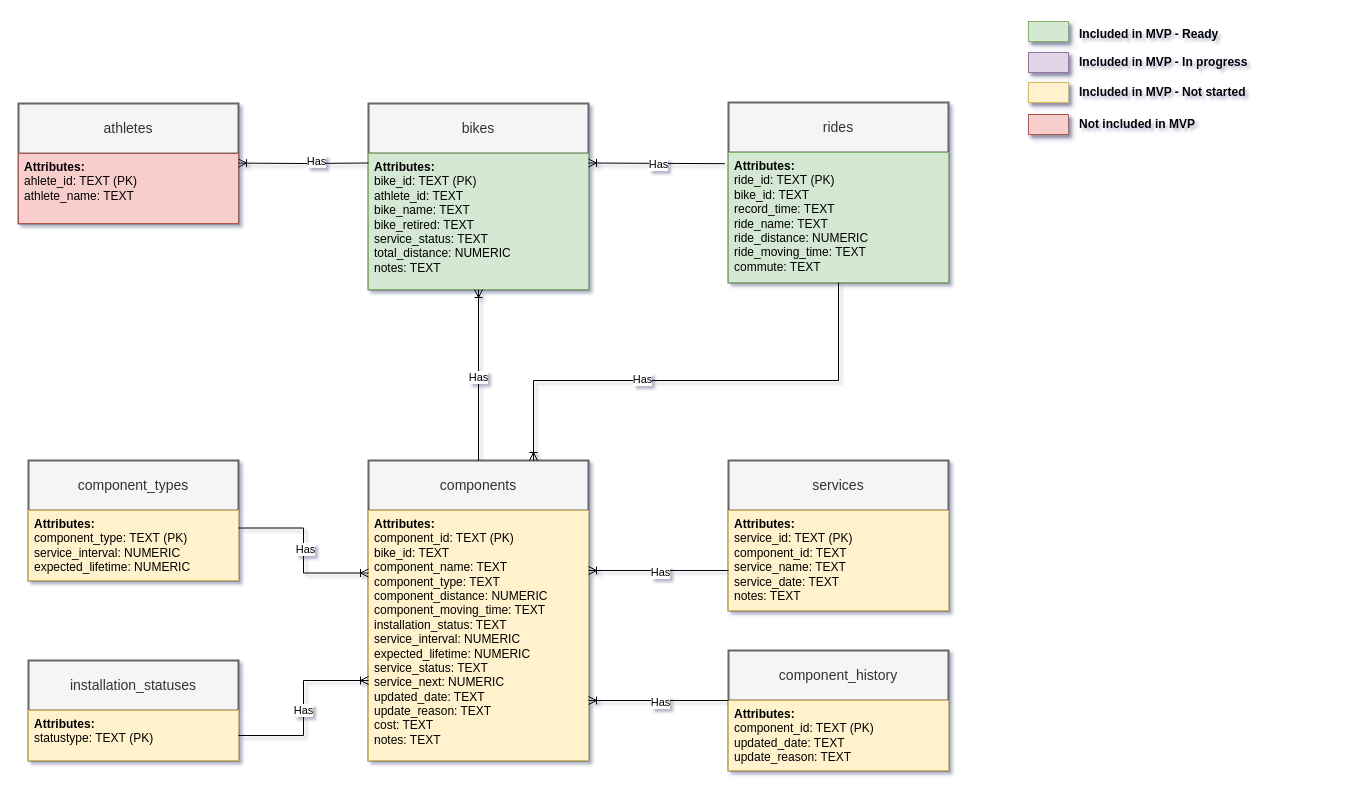
The draw.io diagram page "ER diagram" (3 of 5) of docs/all_diagrams.drawio in xivind/velo-supervisor-2000, before the edit. Source tidied: cells renumbered, new cells numbered last; positions are measured from the earlier drawing's top-left corner, leaving out a move shared by most shapes. Both pictures are drawn from the tidied source at 100%, with x=0, y=0 at pixel (18, 19).
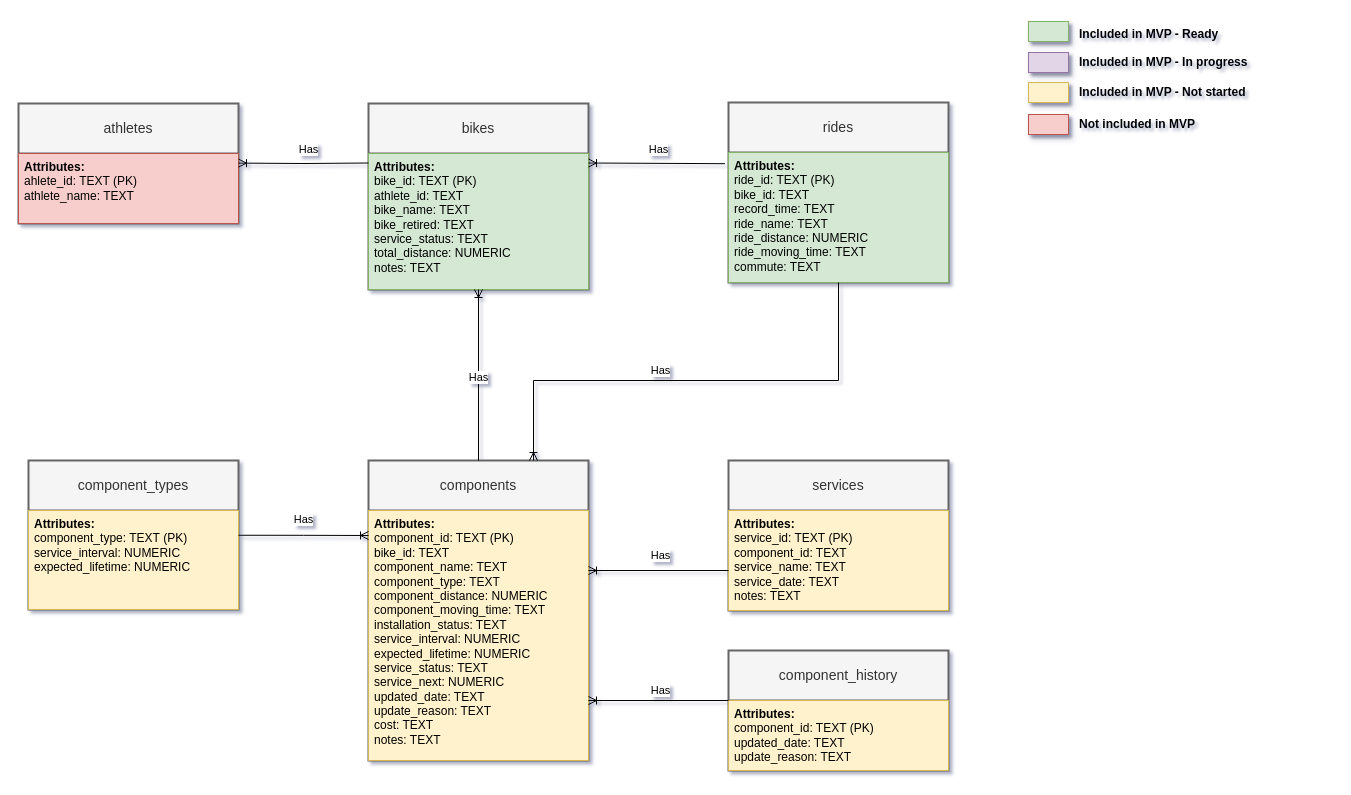
The same diagram, later.

Commit message:
Removed osbolete class

Unchanged cells that the change refers to:
```xml
<mxCell id="8" value="components" style="swimlane;horizontal=1;startSize=50;rounded=0;fontSize=14;fontStyle=0;strokeWidth=2;shadow=0;dashed=0;align=center;arcSize=0;whiteSpace=wrap;html=1;fillColor=#f5f5f5;strokeColor=#666666;fontColor=#333333;" parent="1" vertex="1">
  <mxGeometry x="350" y="441" width="220" height="300" as="geometry" />
</mxCell>
<mxCell id="9" value="&lt;div&gt;&lt;span style=&quot;background-color: initial;&quot;&gt;&lt;b&gt;Attributes:&lt;/b&gt;&lt;/span&gt;&lt;/div&gt;&lt;div&gt;&lt;span style=&quot;background-color: initial;&quot;&gt;component_id&lt;/span&gt;&lt;span style=&quot;background-color: initial;&quot;&gt;: TEXT&lt;/span&gt;&lt;span style=&quot;background-color: initial;&quot;&gt;&amp;nbsp;(PK)&lt;/span&gt;&lt;/div&gt;&lt;div&gt;bike_id&lt;span style=&quot;background-color: initial;&quot;&gt;: TEXT&lt;/span&gt;&lt;/div&gt;component_name: TEXT&lt;div&gt;component_type&lt;span style=&quot;background-color: initial;&quot;&gt;: TEXT&lt;/span&gt;&lt;/div&gt;&lt;div&gt;component_distance&lt;span style=&quot;background-color: initial;&quot;&gt;: NUMERIC&lt;/span&gt;&lt;br&gt;&lt;/div&gt;&lt;div&gt;component_moving_time&lt;span style=&quot;background-color: initial;&quot;&gt;: TEXT&lt;/span&gt;&lt;br&gt;&lt;/div&gt;&lt;div&gt;installation_status&lt;span style=&quot;background-color: initial;&quot;&gt;: TEXT&lt;/span&gt;&lt;/div&gt;&lt;div&gt;service_interval&lt;span style=&quot;background-color: initial;&quot;&gt;: NUMERIC&lt;/span&gt;&lt;/div&gt;&lt;div&gt;expected_lifetime&lt;span style=&quot;background-color: initial;&quot;&gt;: NUMERIC&lt;/span&gt;&lt;/div&gt;&lt;div&gt;service_status&lt;span style=&quot;background-color: initial;&quot;&gt;: TEXT&lt;/span&gt;&lt;/div&gt;&lt;div&gt;service_next&lt;span style=&quot;background-color: initial;&quot;&gt;: NUMERIC&lt;/span&gt;&lt;/div&gt;&lt;div&gt;&lt;span style=&quot;background-color: initial;&quot;&gt;updated_d&lt;/span&gt;&lt;span style=&quot;background-color: initial;&quot;&gt;ate&lt;/span&gt;&lt;span style=&quot;background-color: initial;&quot;&gt;: TEXT&lt;/span&gt;&lt;br&gt;&lt;/div&gt;&lt;div&gt;update_reason&lt;span style=&quot;background-color: initial;&quot;&gt;: TEXT&lt;/span&gt;&lt;/div&gt;&lt;div&gt;cost&lt;span style=&quot;background-color: initial;&quot;&gt;: TEXT&lt;/span&gt;&lt;/div&gt;&lt;div&gt;notes&lt;span style=&quot;background-color: initial;&quot;&gt;: TEXT&lt;/span&gt;&lt;/div&gt;" style="align=left;spacingLeft=4;fontSize=12;verticalAlign=top;html=1;rounded=0;fillColor=#fff2cc;strokeColor=#d6b656;" parent="8" vertex="1">
  <mxGeometry y="50" width="220" height="250" as="geometry" />
</mxCell>
<mxCell id="12" style="fontSize=12;html=1;endArrow=ERoneToMany;rounded=0;exitX=0.5;exitY=1;exitDx=0;exitDy=0;edgeStyle=orthogonalEdgeStyle;entryX=0.75;entryY=0;entryDx=0;entryDy=0;" parent="1" edge="1" source="5" target="8">
  <mxGeometry relative="1" as="geometry">
    <Array as="points">
      <mxPoint x="820" y="361" />
      <mxPoint x="515" y="361" />
    </Array>
  </mxGeometry>
</mxCell>
<mxCell id="14" style="fontSize=12;html=1;endArrow=ERoneToMany;rounded=0;entryX=1;entryY=0.25;entryDx=0;entryDy=0;edgeStyle=orthogonalEdgeStyle;exitX=0;exitY=0.176;exitDx=0;exitDy=0;exitPerimeter=0;" parent="1" edge="1">
  <mxGeometry relative="1" as="geometry">
    <mxPoint x="350" y="143.5" as="sourcePoint" />
    <mxPoint x="220" y="143.6" as="targetPoint" />
  </mxGeometry>
</mxCell>
<mxCell id="18" style="fontSize=12;html=1;endArrow=ERoneToMany;rounded=0;entryX=1;entryY=0.25;entryDx=0;entryDy=0;exitX=0;exitY=0.25;exitDx=0;exitDy=0;" parent="1" edge="1">
  <mxGeometry relative="1" as="geometry">
    <mxPoint x="710" y="551" as="sourcePoint" />
    <mxPoint x="570" y="551" as="targetPoint" />
  </mxGeometry>
</mxCell>
<mxCell id="20" style="fontSize=12;html=1;endArrow=ERoneToMany;rounded=0;exitX=-0.016;exitY=0.086;exitDx=0;exitDy=0;exitPerimeter=0;" parent="1" edge="1" source="5">
  <mxGeometry relative="1" as="geometry">
    <mxPoint x="570" y="143.5" as="targetPoint" />
  </mxGeometry>
</mxCell>
<mxCell id="32" style="fontSize=12;html=1;endArrow=ERoneToMany;rounded=0;entryX=1;entryY=0.25;entryDx=0;entryDy=0;exitX=0;exitY=0.25;exitDx=0;exitDy=0;" parent="1" edge="1">
  <mxGeometry relative="1" as="geometry">
    <mxPoint x="710" y="681" as="sourcePoint" />
    <mxPoint x="570" y="681" as="targetPoint" />
  </mxGeometry>
</mxCell>
```

Diff of the diagram source:
```diff
@@
     <mxCell id="13" value="Has" style="edgeLabel;html=1;align=center;verticalAlign=middle;rounded=0;" parent="12" vertex="1">
-      <mxGeometry x="0.22" y="-2" relative="1" as="geometry" />
+      <mxGeometry x="0.22" y="-2" relative="1" as="geometry">
+        <mxPoint x="18" y="-9" as="offset" />
+      </mxGeometry>
     </mxCell>
@@
     <mxCell id="15" value="Has" style="edgeLabel;html=1;align=center;verticalAlign=middle;rounded=0;" parent="14" vertex="1">
-      <mxGeometry x="-0.2" y="-2" relative="1" as="geometry" />
+      <mxGeometry x="-0.2" y="-2" relative="1" as="geometry">
+        <mxPoint x="-8" y="-12" as="offset" />
+      </mxGeometry>
     </mxCell>
@@
     <mxCell id="19" value="Has" style="edgeLabel;html=1;align=center;verticalAlign=middle;rounded=0;" parent="18" vertex="1">
-      <mxGeometry x="-0.02" y="1" relative="1" as="geometry" />
+      <mxGeometry x="-0.02" y="1" relative="1" as="geometry">
+        <mxPoint y="-17" as="offset" />
+      </mxGeometry>
     </mxCell>
@@
     <mxCell id="21" value="Has" style="edgeLabel;html=1;align=center;verticalAlign=middle;rounded=0;" parent="20" vertex="1">
-      <mxGeometry x="-0.02" y="1" relative="1" as="geometry" />
+      <mxGeometry x="-0.02" y="1" relative="1" as="geometry">
+        <mxPoint y="-15" as="offset" />
+      </mxGeometry>
     </mxCell>
-    <mxCell id="22" value="installation_statuses" style="swimlane;horizontal=1;startSize=50;rounded=0;fontSize=14;fontStyle=0;strokeWidth=2;shadow=0;dashed=0;align=center;arcSize=0;whiteSpace=wrap;html=1;fillColor=#f5f5f5;strokeColor=#666666;fontColor=#333333;" parent="1" vertex="1">
-      <mxGeometry x="10" y="641" width="210" height="100" as="geometry" />
-    </mxCell>
-    <mxCell id="23" value="&lt;div&gt;&lt;b&gt;Attributes:&lt;/b&gt;&lt;br&gt;&lt;/div&gt;&lt;div&gt;statustype&lt;span style=&quot;background-color: initial;&quot;&gt;: TEXT&lt;/span&gt;&lt;span style=&quot;background-color: initial;&quot;&gt;&amp;nbsp;(PK)&lt;/span&gt;&lt;/div&gt;" style="align=left;spacingLeft=4;fontSize=12;verticalAlign=top;html=1;rounded=0;fillColor=#fff2cc;strokeColor=#d6b656;" parent="22" vertex="1">
-      <mxGeometry y="50" width="210" height="50" as="geometry" />
-    </mxCell>
     <mxCell id="24" value="component_types" style="swimlane;horizontal=1;startSize=50;rounded=0;fontSize=14;fontStyle=0;strokeWidth=2;shadow=0;dashed=0;align=center;arcSize=0;whiteSpace=wrap;html=1;fillColor=#f5f5f5;strokeColor=#666666;fontColor=#333333;" parent="1" vertex="1">
-      <mxGeometry x="10" y="441" width="210" height="120" as="geometry" />
+      <mxGeometry x="10" y="441" width="210" height="149" as="geometry" />
     </mxCell>
     <mxCell id="25" value="&lt;div&gt;&lt;b&gt;Attributes:&lt;/b&gt;&lt;br&gt;&lt;/div&gt;&lt;div&gt;component_type&lt;span style=&quot;background-color: initial;&quot;&gt;: TEXT&lt;/span&gt;&lt;span style=&quot;background-color: initial;&quot;&gt;&amp;nbsp;(PK)&lt;/span&gt;&lt;/div&gt;&lt;div&gt;service_interval&lt;span style=&quot;background-color: initial;&quot;&gt;: NUMERIC&lt;/span&gt;&lt;/div&gt;&lt;div&gt;expected_lifetime&lt;span style=&quot;background-color: initial;&quot;&gt;: NUMERIC&lt;/span&gt;&lt;/div&gt;" style="align=left;spacingLeft=4;fontSize=12;verticalAlign=top;html=1;rounded=0;fillColor=#fff2cc;strokeColor=#d6b656;" parent="24" vertex="1">
-      <mxGeometry y="50" width="210" height="70" as="geometry" />
+      <mxGeometry y="50" width="210" height="99" as="geometry" />
     </mxCell>
-    <mxCell id="26" style="fontSize=12;html=1;endArrow=ERoneToMany;rounded=0;exitX=1;exitY=0.25;exitDx=0;exitDy=0;entryX=0;entryY=0.25;entryDx=0;entryDy=0;edgeStyle=orthogonalEdgeStyle;" parent="1" edge="1" source="25" target="9">
+    <mxCell id="26" style="fontSize=12;html=1;endArrow=ERoneToMany;rounded=0;exitX=1;exitY=0.25;exitDx=0;exitDy=0;entryX=0;entryY=0.25;entryDx=0;entryDy=0;edgeStyle=orthogonalEdgeStyle;" parent="1" edge="1" source="25" target="8">
       <mxGeometry relative="1" as="geometry" />
     </mxCell>
     <mxCell id="27" value="Has" style="edgeLabel;html=1;align=center;verticalAlign=middle;rounded=0;" parent="26" vertex="1">
-      <mxGeometry x="-0.02" y="1" relative="1" as="geometry" />
+      <mxGeometry x="-0.02" y="1" relative="1" as="geometry">
+        <mxPoint y="-15" as="offset" />
+      </mxGeometry>
     </mxCell>
-    <mxCell id="28" style="fontSize=12;html=1;endArrow=ERoneToMany;rounded=0;exitX=1;exitY=0.5;exitDx=0;exitDy=0;edgeStyle=orthogonalEdgeStyle;" parent="1" edge="1" source="23">
-      <mxGeometry relative="1" as="geometry">
-        <mxPoint x="350" y="661" as="targetPoint" />
-        <Array as="points">
-          <mxPoint x="285" y="716" />
-          <mxPoint x="285" y="661" />
-          <mxPoint x="350" y="661" />
-        </Array>
-      </mxGeometry>
-    </mxCell>
-    <mxCell id="29" value="Has" style="edgeLabel;html=1;align=center;verticalAlign=middle;rounded=0;" parent="28" vertex="1">
-      <mxGeometry x="-0.02" y="1" relative="1" as="geometry" />
-    </mxCell>
@@
     <mxCell id="33" value="Has" style="edgeLabel;html=1;align=center;verticalAlign=middle;rounded=0;" parent="32" vertex="1">
-      <mxGeometry x="-0.02" y="1" relative="1" as="geometry" />
+      <mxGeometry x="-0.02" y="1" relative="1" as="geometry">
+        <mxPoint y="-12" as="offset" />
+      </mxGeometry>
     </mxCell>
```
